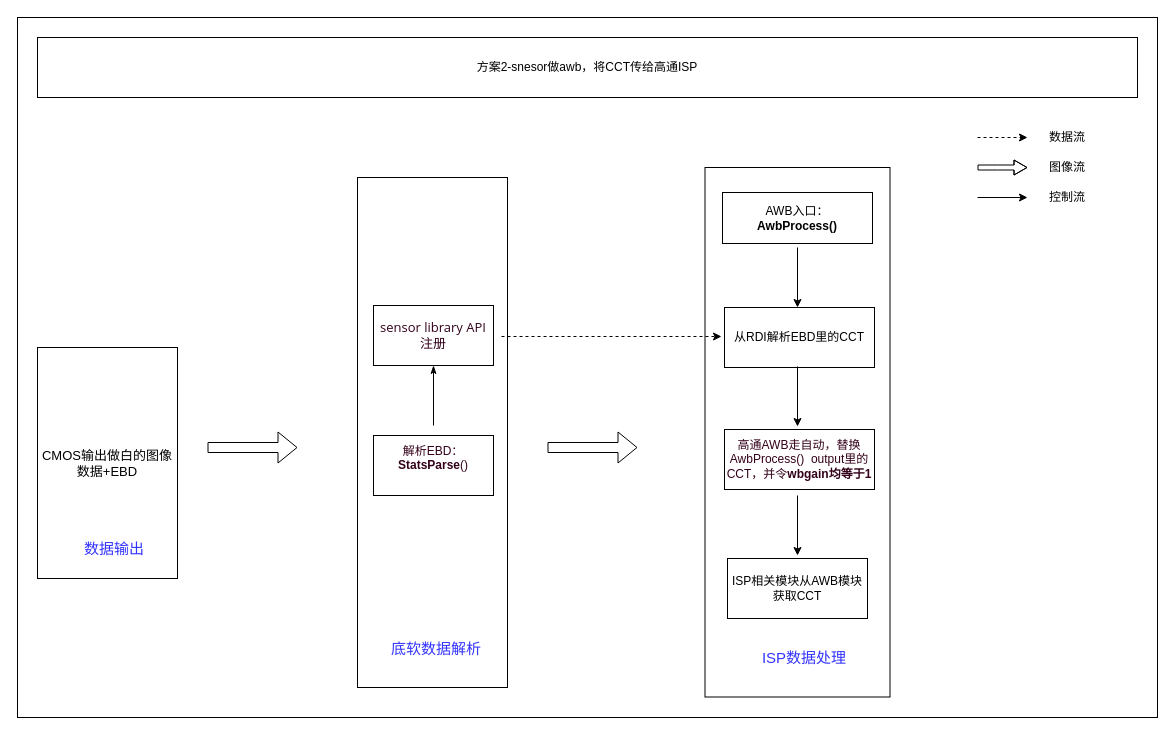
jiajiafei/drawio keeps this draw.io diagram as 方案2.drawio. Above is the earlier version. Source tidied: cells renumbered, new cells numbered last; positions are measured from the earlier drawing's top-left corner, leaving out a move shared by most shapes. Both pictures are drawn from the tidied source at 100%, with x=0, y=0 at pixel (17, 17).
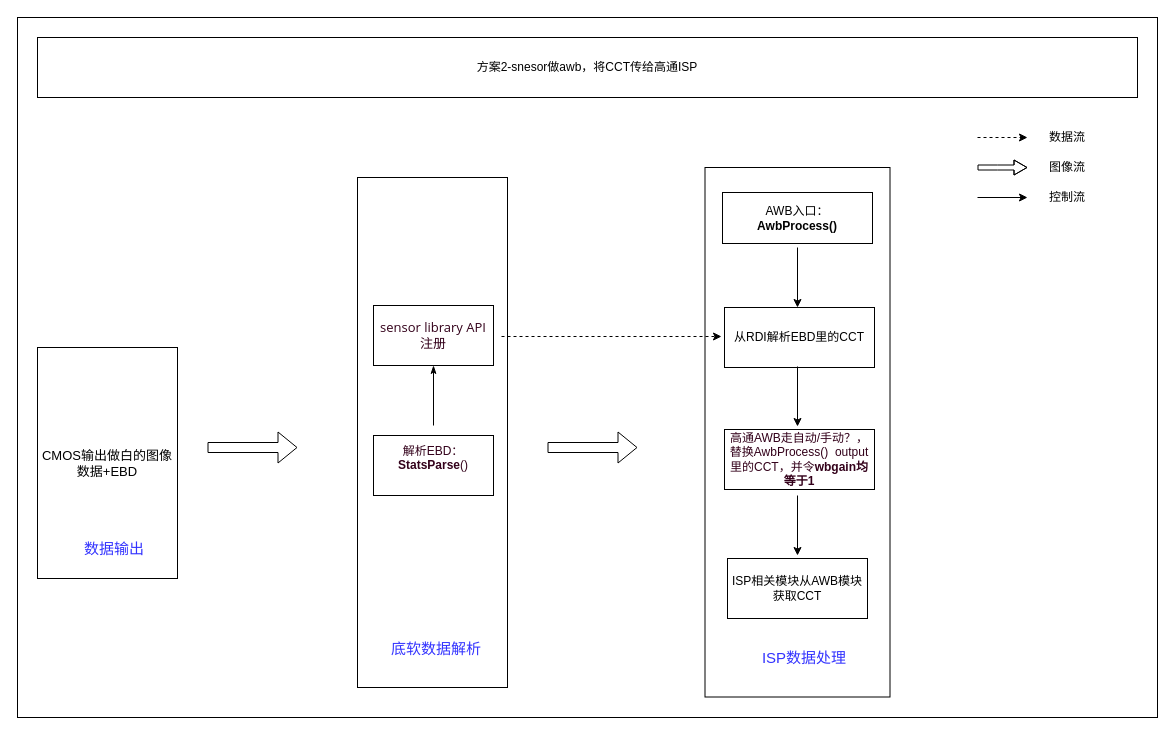
The same page after the edit.

What changed in the source:
```diff
@@
-    <mxCell id="8" value="高通AWB走自动，替换AwbProcess()&amp;nbsp; output里的CCT，并令&lt;b&gt;wbgain均等于1&lt;/b&gt;" style="rounded=0;whiteSpace=wrap;html=1;fontColor=#33001A;" parent="1" vertex="1">
+    <mxCell id="8" value="高通AWB走自动/手动？，替换AwbProcess()&amp;nbsp; output里的CCT，并令&lt;b&gt;wbgain均等于1&lt;/b&gt;" style="rounded=0;whiteSpace=wrap;html=1;fontColor=#33001A;" parent="1" vertex="1">
       <mxGeometry x="707" y="412" width="150" height="60" as="geometry" />
     </mxCell>
```
